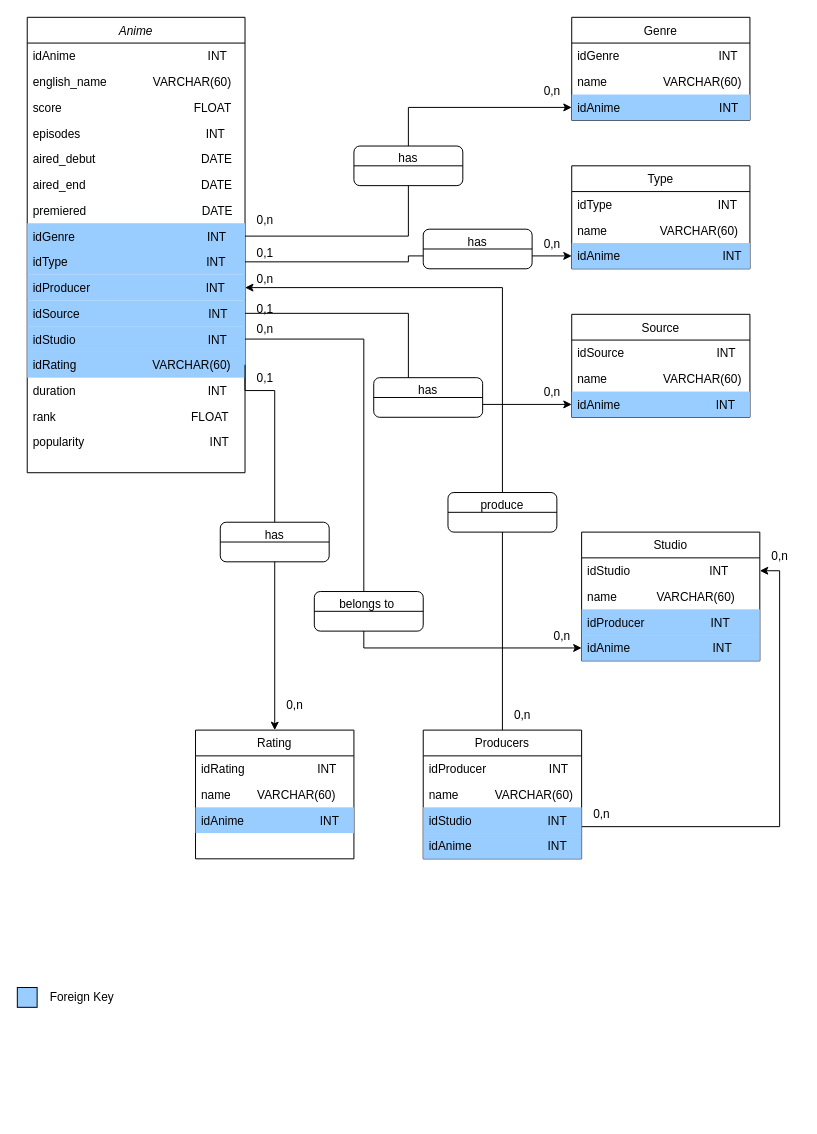
This is sql/diagram_anime.drawio from aglorhythm/-girly--devops-deployments, a draw.io file, before an edit. Source tidied: cells renumbered, new cells numbered last; positions are measured from the earlier drawing's top-left corner, leaving out a move shared by most shapes. Both pictures are drawn from the tidied source at 99%, with x=0, y=0 at pixel (17, 17).
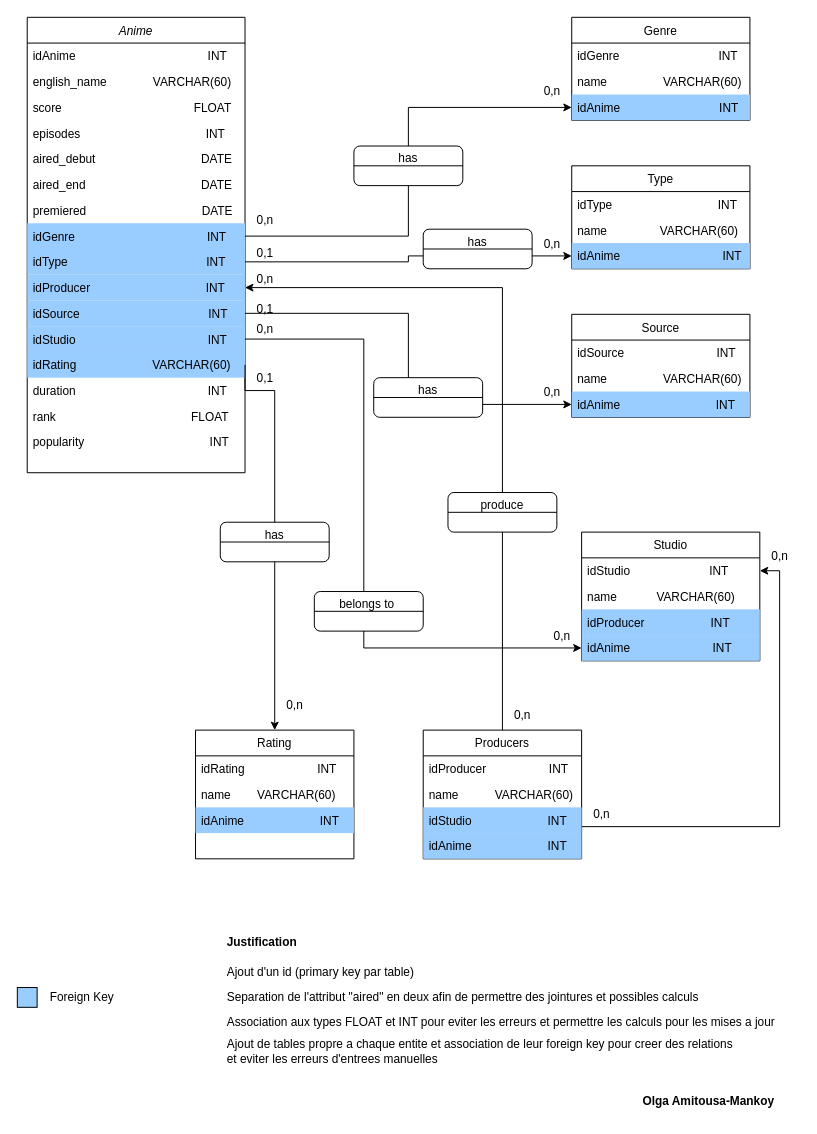
The same page after the edit.

Commit message (it also covers changes not shown here):
Mettre à jour diagram_anime.drawio

What changed in the source:
```diff
@@
+    <mxCell id="80" value="Ajout d'un id (primary key par table)" style="text;html=1;align=left;verticalAlign=middle;strokeColor=none;fillColor=none;" parent="1" vertex="1">
+      <mxGeometry x="210" y="950" width="210" height="30" as="geometry" />
+    </mxCell>
+    <mxCell id="81" value="Separation de l'attribut &quot;aired&quot; en deux afin de permettre des jointures et possibles calculs" style="text;html=1;align=left;verticalAlign=middle;strokeColor=none;fillColor=none;" parent="1" vertex="1">
+      <mxGeometry x="210" y="975" width="500" height="30" as="geometry" />
+    </mxCell>
+    <mxCell id="82" value="Association aux types FLOAT et INT pour eviter les erreurs et permettre les calculs pour les mises a jour" style="text;html=1;align=left;verticalAlign=middle;strokeColor=none;fillColor=none;" parent="1" vertex="1">
+      <mxGeometry x="210" y="1000" width="580" height="30" as="geometry" />
+    </mxCell>
+    <mxCell id="83" value="Ajout de tables propre a chaque entite et association de leur foreign key pour creer des relations&amp;nbsp;&lt;div&gt;et eviter les erreurs d'entrees manuelles&lt;/div&gt;" style="text;html=1;align=left;verticalAlign=middle;strokeColor=none;fillColor=none;" parent="1" vertex="1">
+      <mxGeometry x="210" y="1025" width="540" height="40" as="geometry" />
+    </mxCell>
+    <mxCell id="84" value="&lt;b&gt;Justification&lt;/b&gt;" style="text;html=1;align=left;verticalAlign=middle;strokeColor=none;fillColor=none;" parent="1" vertex="1">
+      <mxGeometry x="210" y="920" width="90" height="30" as="geometry" />
+    </mxCell>
+    <mxCell id="85" value="&lt;b&gt;Olga Amitousa-Mankoy&lt;/b&gt;" style="text;html=1;align=left;verticalAlign=middle;strokeColor=none;fillColor=none;" parent="1" vertex="1">
+      <mxGeometry x="630" y="1080" width="160" height="30" as="geometry" />
+    </mxCell>
```
